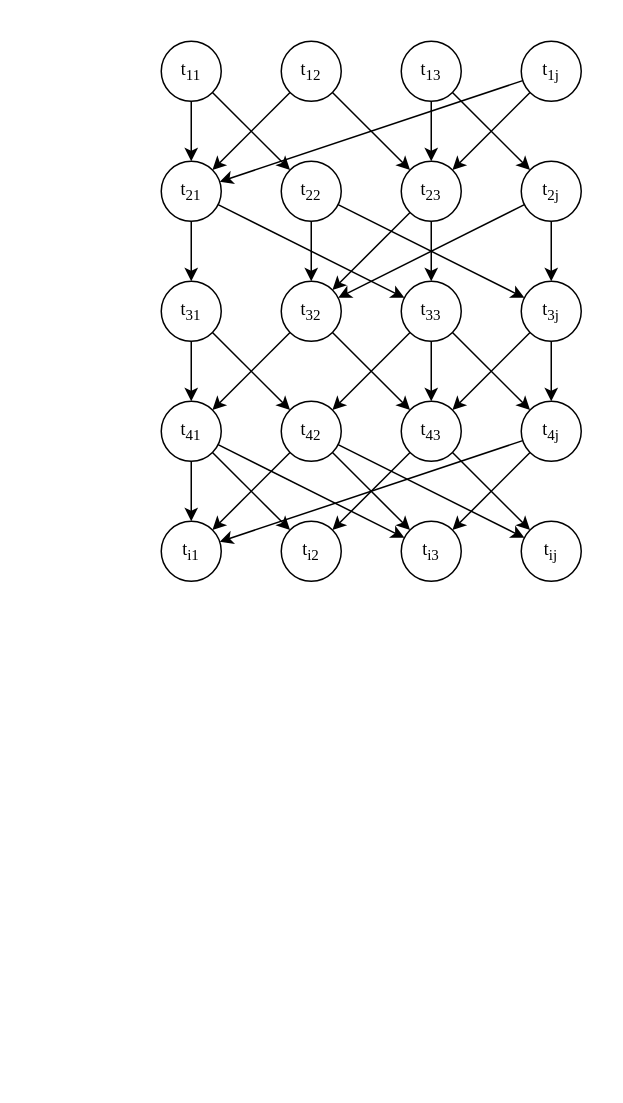
obscurya/draw.io keeps this draw.io diagram as иерархическая когнитивная схема.drawio. Above is the earlier version. Source tidied: cells renumbered, new cells numbered last; positions are measured from the earlier drawing's top-left corner, leaving out a move shared by most shapes. Both pictures are drawn from the tidied source at 150%, with x=0, y=0 at pixel (160, 40).
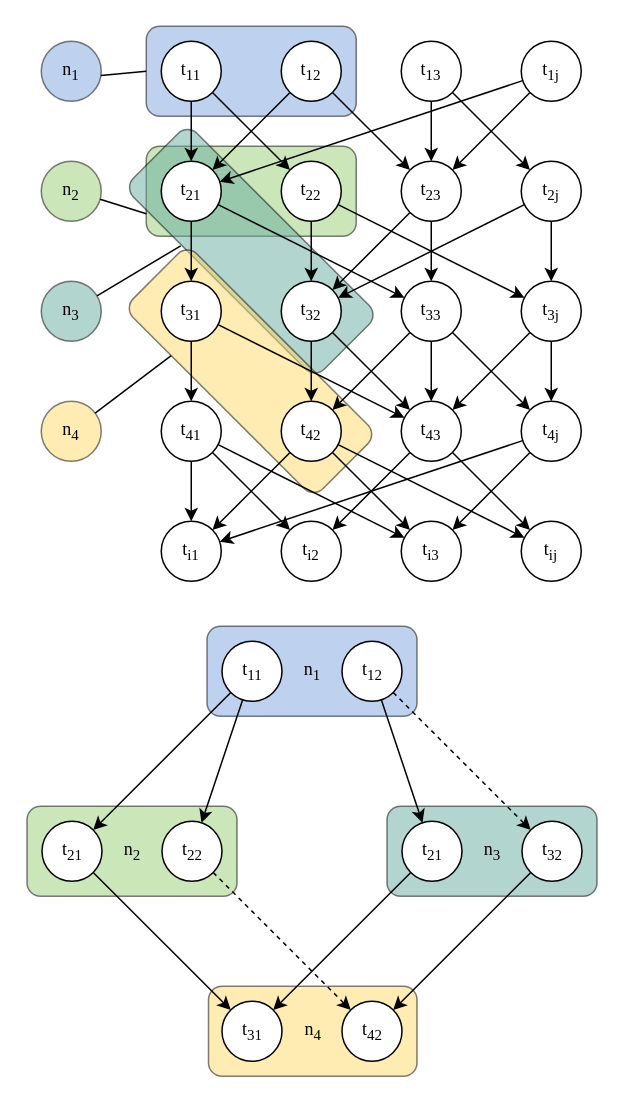
The same page after the edit.

The change refers to these unchanged cells:
```xml
<mxCell id="8" value="t&lt;sub&gt;31&lt;/sub&gt;" style="ellipse;whiteSpace=wrap;html=1;fontFamily=Times New Roman;" parent="1" vertex="1">
  <mxGeometry y="160" width="40" height="40" as="geometry" />
</mxCell>
<mxCell id="9" value="t&lt;sub&gt;32&lt;/sub&gt;" style="ellipse;whiteSpace=wrap;html=1;fontFamily=Times New Roman;" parent="1" vertex="1">
  <mxGeometry x="80" y="160" width="40" height="40" as="geometry" />
</mxCell>
<mxCell id="21" value="t&lt;sub&gt;41&lt;/sub&gt;" style="ellipse;whiteSpace=wrap;html=1;fontFamily=Times New Roman;" parent="1" vertex="1">
  <mxGeometry y="240" width="40" height="40" as="geometry" />
</mxCell>
<mxCell id="22" value="t&lt;sub&gt;42&lt;/sub&gt;" style="ellipse;whiteSpace=wrap;html=1;fontFamily=Times New Roman;" parent="1" vertex="1">
  <mxGeometry x="80" y="240" width="40" height="40" as="geometry" />
</mxCell>
<mxCell id="23" value="t&lt;sub&gt;43&lt;/sub&gt;" style="ellipse;whiteSpace=wrap;html=1;fontFamily=Times New Roman;" parent="1" vertex="1">
  <mxGeometry x="160" y="240" width="40" height="40" as="geometry" />
</mxCell>
```

Change to the diagram source:
```diff
@@
+    <mxCell id="57" style="rounded=1;whiteSpace=wrap;html=1;fillColor=#7EA6E0;comic=0;opacity=50;strokeColor=#000000;strokeWidth=1;" parent="1" vertex="1">
+      <mxGeometry x="-10" y="-10" width="140" height="60" as="geometry" />
+    </mxCell>
+    <mxCell id="58" style="rounded=1;whiteSpace=wrap;html=1;fillColor=#97D077;strokeColor=#000000;strokeWidth=1;opacity=50;" parent="1" vertex="1">
+      <mxGeometry x="-10" y="70" width="140" height="60" as="geometry" />
+    </mxCell>
+    <mxCell id="59" style="rounded=1;whiteSpace=wrap;html=1;rotation=45;fillColor=#67AB9F;strokeColor=#000000;strokeWidth=1;opacity=50;" parent="1" vertex="1">
+      <mxGeometry x="-30" y="110" width="180" height="60" as="geometry" />
+    </mxCell>
+    <mxCell id="60" style="rounded=1;whiteSpace=wrap;html=1;rotation=45;fillColor=#FFD966;strokeColor=#000000;strokeWidth=1;opacity=50;" parent="1" vertex="1">
+      <mxGeometry x="-30" y="190" width="179" height="60" as="geometry" />
+    </mxCell>
@@
-    <mxCell id="27" style="endArrow=classic;html=1;fontFamily=Times New Roman;" parent="1" edge="1" source="8" target="22">
+    <mxCell id="27" style="endArrow=classic;html=1;fontFamily=Times New Roman;" parent="1" edge="1" source="8" target="23">
       <mxGeometry relative="1" as="geometry" />
     </mxCell>
-    <mxCell id="28" style="endArrow=classic;html=1;fontFamily=Times New Roman;" parent="1" edge="1" source="9" target="21">
+    <mxCell id="28" style="endArrow=classic;html=1;fontFamily=Times New Roman;" parent="1" edge="1" source="9" target="22">
       <mxGeometry relative="1" as="geometry" />
     </mxCell>
@@
+    <mxCell id="61" value="n&lt;sub&gt;1&lt;/sub&gt;" style="ellipse;whiteSpace=wrap;html=1;fontFamily=Times New Roman;fillColor=#7EA6E0;opacity=50;" parent="1" vertex="1">
+      <mxGeometry x="-80" width="40" height="40" as="geometry" />
+    </mxCell>
+    <mxCell id="62" value="n&lt;sub&gt;2&lt;/sub&gt;" style="ellipse;whiteSpace=wrap;html=1;fontFamily=Times New Roman;fillColor=#97D077;opacity=50;" parent="1" vertex="1">
+      <mxGeometry x="-80" y="80" width="40" height="40" as="geometry" />
+    </mxCell>
+    <mxCell id="63" value="n&lt;sub&gt;3&lt;/sub&gt;" style="ellipse;whiteSpace=wrap;html=1;fontFamily=Times New Roman;fillColor=#67AB9F;opacity=50;" parent="1" vertex="1">
+      <mxGeometry x="-80" y="160" width="40" height="40" as="geometry" />
+    </mxCell>
+    <mxCell id="64" value="n&lt;sub&gt;4&lt;/sub&gt;" style="ellipse;whiteSpace=wrap;html=1;fontFamily=Times New Roman;fillColor=#FFD966;opacity=50;" parent="1" vertex="1">
+      <mxGeometry x="-80" y="240" width="40" height="40" as="geometry" />
+    </mxCell>
+    <mxCell id="65" style="endArrow=none;html=1;strokeColor=#000000;entryX=0;entryY=0.5;entryDx=0;entryDy=0;" parent="1" edge="1" source="61" target="57">
+      <mxGeometry relative="1" as="geometry" />
+    </mxCell>
+    <mxCell id="66" style="endArrow=none;html=1;strokeColor=#000000;entryX=0;entryY=0.75;entryDx=0;entryDy=0;" parent="1" edge="1" source="62" target="58">
+      <mxGeometry relative="1" as="geometry" />
+    </mxCell>
+    <mxCell id="67" style="endArrow=none;html=1;strokeColor=#000000;entryX=0.301;entryY=1.011;entryDx=0;entryDy=0;entryPerimeter=0;" parent="1" edge="1" source="63" target="59">
+      <mxGeometry relative="1" as="geometry" />
+    </mxCell>
+    <mxCell id="68" style="endArrow=none;html=1;strokeColor=#000000;entryX=0.25;entryY=1;entryDx=0;entryDy=0;" parent="1" edge="1" source="64" target="60">
+      <mxGeometry relative="1" as="geometry" />
+    </mxCell>
+    <mxCell id="69" value="&lt;span&gt;n&lt;/span&gt;&lt;sub&gt;1&lt;/sub&gt;" style="rounded=1;whiteSpace=wrap;html=1;fillColor=#7EA6E0;comic=0;opacity=50;strokeColor=#000000;strokeWidth=1;fontFamily=Times New Roman;" parent="1" vertex="1">
+      <mxGeometry x="30.5" y="390" width="140" height="60" as="geometry" />
+    </mxCell>
+    <mxCell id="70" value="t&lt;sub&gt;11&lt;/sub&gt;" style="ellipse;whiteSpace=wrap;html=1;fontFamily=Times New Roman;" parent="1" vertex="1">
+      <mxGeometry x="40.5" y="400" width="40" height="40" as="geometry" />
+    </mxCell>
+    <mxCell id="71" value="t&lt;sub&gt;12&lt;/sub&gt;" style="ellipse;whiteSpace=wrap;html=1;fontFamily=Times New Roman;" parent="1" vertex="1">
+      <mxGeometry x="120.5" y="400" width="40" height="40" as="geometry" />
+    </mxCell>
+    <mxCell id="72" value="&lt;span&gt;n&lt;/span&gt;&lt;sub&gt;2&lt;/sub&gt;" style="rounded=1;whiteSpace=wrap;html=1;fillColor=#97D077;strokeColor=#000000;strokeWidth=1;opacity=50;fontFamily=Times New Roman;" parent="1" vertex="1">
+      <mxGeometry x="-89.5" y="510" width="140" height="60" as="geometry" />
+    </mxCell>
+    <mxCell id="73" value="t&lt;sub&gt;21&lt;/sub&gt;" style="ellipse;whiteSpace=wrap;html=1;fontFamily=Times New Roman;" parent="1" vertex="1">
+      <mxGeometry x="-79.5" y="520" width="40" height="40" as="geometry" />
+    </mxCell>
+    <mxCell id="74" value="t&lt;sub&gt;22&lt;/sub&gt;" style="ellipse;whiteSpace=wrap;html=1;fontFamily=Times New Roman;" parent="1" vertex="1">
+      <mxGeometry x="0.5" y="520" width="40" height="40" as="geometry" />
+    </mxCell>
+    <mxCell id="75" value="&lt;span&gt;n&lt;/span&gt;&lt;sub&gt;3&lt;/sub&gt;" style="rounded=1;whiteSpace=wrap;html=1;rotation=0;fillColor=#67AB9F;strokeColor=#000000;strokeWidth=1;opacity=50;fontFamily=Times New Roman;" parent="1" vertex="1">
+      <mxGeometry x="150.5" y="510" width="140" height="60" as="geometry" />
+    </mxCell>
+    <mxCell id="76" value="t&lt;sub&gt;21&lt;/sub&gt;" style="ellipse;whiteSpace=wrap;html=1;fontFamily=Times New Roman;" parent="1" vertex="1">
+      <mxGeometry x="160.5" y="520" width="40" height="40" as="geometry" />
+    </mxCell>
+    <mxCell id="77" value="t&lt;sub&gt;32&lt;/sub&gt;" style="ellipse;whiteSpace=wrap;html=1;fontFamily=Times New Roman;" parent="1" vertex="1">
+      <mxGeometry x="240.5" y="520" width="40" height="40" as="geometry" />
+    </mxCell>
+    <mxCell id="78" value="&lt;span&gt;n&lt;/span&gt;&lt;sub&gt;4&lt;/sub&gt;" style="rounded=1;whiteSpace=wrap;html=1;rotation=0;fillColor=#FFD966;strokeColor=#000000;strokeWidth=1;opacity=50;fontFamily=Times New Roman;" parent="1" vertex="1">
+      <mxGeometry x="31.5" y="630" width="139" height="60" as="geometry" />
+    </mxCell>
+    <mxCell id="79" value="t&lt;sub&gt;31&lt;/sub&gt;" style="ellipse;whiteSpace=wrap;html=1;fontFamily=Times New Roman;" parent="1" vertex="1">
+      <mxGeometry x="40.5" y="640" width="40" height="40" as="geometry" />
+    </mxCell>
+    <mxCell id="80" value="t&lt;sub&gt;42&lt;/sub&gt;" style="ellipse;whiteSpace=wrap;html=1;fontFamily=Times New Roman;" parent="1" vertex="1">
+      <mxGeometry x="120.5" y="640" width="40" height="40" as="geometry" />
+    </mxCell>
+    <mxCell id="81" style="endArrow=classic;html=1;strokeColor=#000000;" parent="1" edge="1" source="70" target="73">
+      <mxGeometry relative="1" as="geometry" />
+    </mxCell>
+    <mxCell id="82" style="endArrow=classic;html=1;strokeColor=#000000;" parent="1" edge="1" source="71" target="76">
+      <mxGeometry relative="1" as="geometry" />
+    </mxCell>
+    <mxCell id="83" style="endArrow=classic;html=1;strokeColor=#000000;" parent="1" edge="1" source="73" target="79">
+      <mxGeometry relative="1" as="geometry" />
+    </mxCell>
+    <mxCell id="84" style="endArrow=classic;html=1;strokeColor=#000000;" parent="1" edge="1" source="76" target="79">
+      <mxGeometry relative="1" as="geometry" />
+    </mxCell>
+    <mxCell id="85" style="endArrow=classic;html=1;strokeColor=#000000;" parent="1" edge="1" source="70" target="74">
+      <mxGeometry relative="1" as="geometry" />
+    </mxCell>
+    <mxCell id="86" style="endArrow=classic;html=1;strokeColor=#000000;dashed=1;" parent="1" edge="1" source="71" target="77">
+      <mxGeometry relative="1" as="geometry" />
+    </mxCell>
+    <mxCell id="87" style="endArrow=classic;html=1;strokeColor=#000000;dashed=1;" parent="1" edge="1" source="74" target="80">
+      <mxGeometry relative="1" as="geometry" />
+    </mxCell>
+    <mxCell id="88" style="endArrow=classic;html=1;strokeColor=#000000;" parent="1" edge="1" source="77" target="80">
+      <mxGeometry relative="1" as="geometry" />
+    </mxCell>
```
